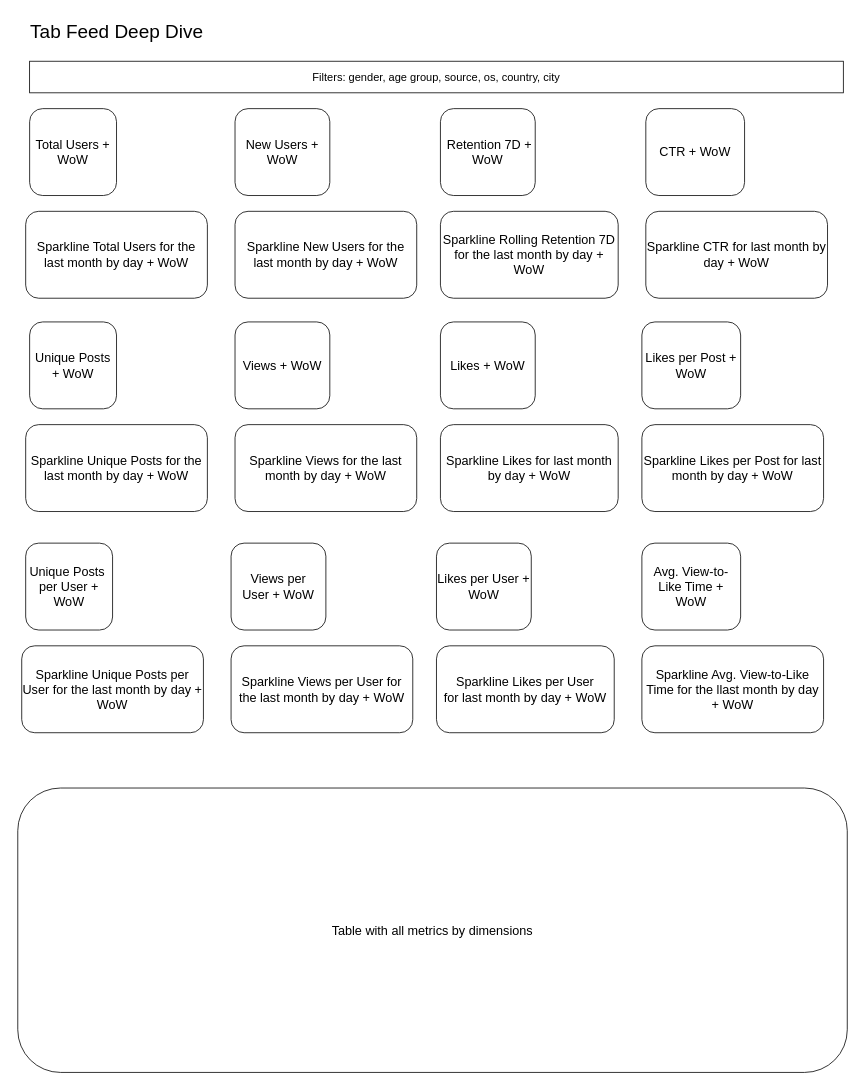
The draw.io diagram page "Feed Deep Dive" (2 of 3) of building_startup_analytics/2_product_dashboard/dashboard_mockup.drawio in PavelGrigoryevDS/building-startup-analytics, before the edit. Source tidied: cells renumbered, new cells numbered last; positions are measured from the earlier drawing's top-left corner, leaving out a move shared by most shapes. Both pictures are drawn from the tidied source at 79%, with x=0, y=0 at pixel (17, 13).
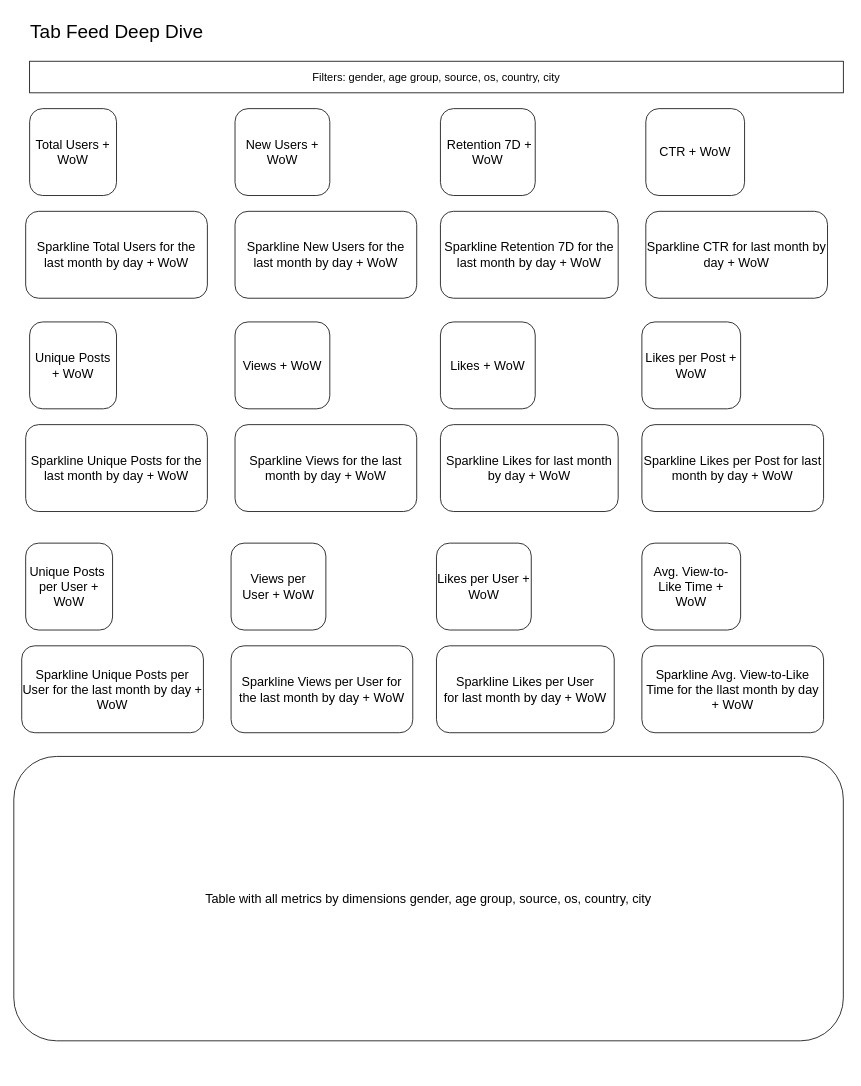
After the change.

Diff of the diagram source:
```diff
@@
-    <mxCell id="6" value="&lt;font size=&quot;3&quot;&gt;Sparkline Rolling Retention 7D for the last month by day + WoW&lt;/font&gt;" style="rounded=1;whiteSpace=wrap;html=1;" parent="1" vertex="1">
+    <mxCell id="6" value="&lt;font size=&quot;3&quot;&gt;Sparkline Retention 7D for the last month by day + WoW&lt;/font&gt;" style="rounded=1;whiteSpace=wrap;html=1;" parent="1" vertex="1">
       <mxGeometry x="535" y="250" width="225" height="110" as="geometry" />
     </mxCell>
@@
-    <mxCell id="10" value="&lt;font size=&quot;3&quot;&gt;Table with all metrics by dimensions&lt;/font&gt;" style="rounded=1;whiteSpace=wrap;html=1;" parent="1" vertex="1">
-      <mxGeometry y="980" width="1050" height="360" as="geometry" />
+    <mxCell id="10" value="&lt;font size=&quot;3&quot;&gt;Table with all metrics by dimensions gender, age group, source, os, country, city&lt;/font&gt;" style="rounded=1;whiteSpace=wrap;html=1;" parent="1" vertex="1">
+      <mxGeometry x="-5" y="940" width="1050" height="360" as="geometry" />
     </mxCell>
```
